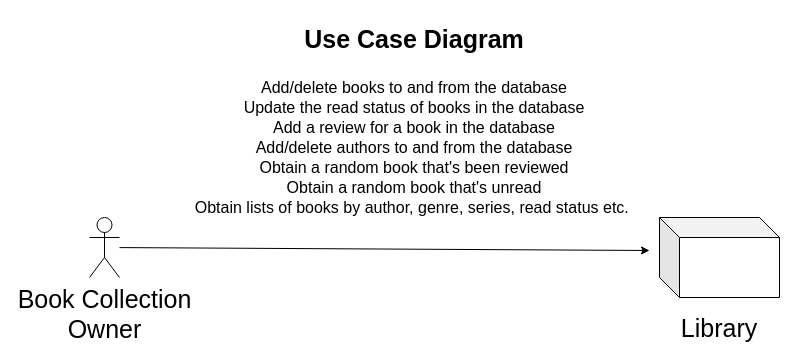
The draw.io diagram page "Page-2" (2 of 2) of planning/library_project.drawio in nikitaschultz/library_project, before the edit. Source tidied: cells renumbered, new cells numbered last; positions are measured from the earlier drawing's top-left corner, leaving out a move shared by most shapes. Both pictures are drawn from the tidied source at 100%, with x=0, y=0 at pixel (89, 17).
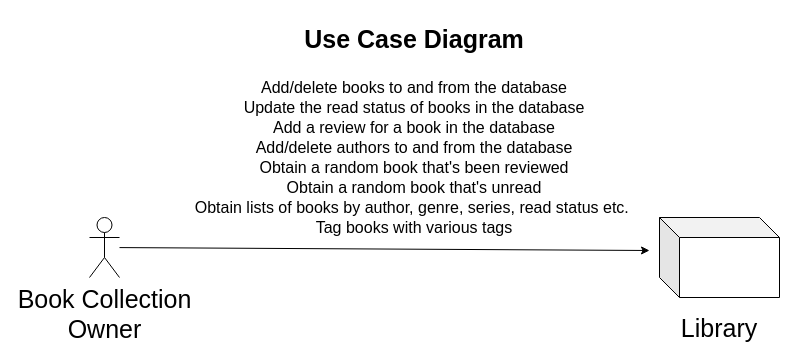
The same diagram, later.

The edit, as a diff of the source:
```diff
@@
 <mxGraphModel>
   <root>
     <mxCell id="0" />
     <mxCell id="1" parent="0" />
     <mxCell id="2" value="Use Case Diagram" style="text;align=center;fontStyle=1;verticalAlign=top;spacingLeft=3;spacingRight=3;strokeColor=none;fillColor=none;fontSize=25;" parent="1" vertex="1">
       <mxGeometry x="285" width="80" height="26" as="geometry" />
     </mxCell>
     <mxCell id="3" value="Book Collection&lt;br&gt;Owner" style="shape=umlActor;verticalLabelPosition=bottom;labelBackgroundColor=#ffffff;verticalAlign=top;html=1;fillColor=none;fontSize=25;" parent="1" vertex="1">
       <mxGeometry y="200" width="30" height="60" as="geometry" />
     </mxCell>
     <mxCell id="4" style="shape=cube;whiteSpace=wrap;html=1;boundedLbl=1;backgroundOutline=1;darkOpacity=0.05;darkOpacity2=0.1;fillColor=none;fontSize=25;" parent="1" vertex="1">
       <mxGeometry x="570" y="200" width="120" height="80" as="geometry" />
     </mxCell>
     <mxCell id="5" value="Library" style="text;html=1;strokeColor=none;fillColor=none;align=center;verticalAlign=middle;whiteSpace=wrap;rounded=0;fontSize=25;" parent="1" vertex="1">
       <mxGeometry x="610" y="300" width="40" height="20" as="geometry" />
     </mxCell>
     <mxCell id="6" value="Add/delete books to and from the database" style="text;html=1;strokeColor=none;fillColor=none;align=center;verticalAlign=middle;whiteSpace=wrap;rounded=0;fontSize=16;" parent="1" vertex="1">
       <mxGeometry x="160" y="60" width="330" height="20" as="geometry" />
     </mxCell>
     <mxCell id="7" style="endArrow=classic;html=1;fontSize=25;" parent="1" edge="1" source="3">
       <mxGeometry relative="1" as="geometry">
         <mxPoint x="560" y="233" as="targetPoint" />
       </mxGeometry>
     </mxCell>
     <mxCell id="8" value="Update the read status of books in the database" style="text;html=1;strokeColor=none;fillColor=none;align=center;verticalAlign=middle;whiteSpace=wrap;rounded=0;fontSize=16;" parent="1" vertex="1">
       <mxGeometry x="90" y="80" width="470" height="20" as="geometry" />
     </mxCell>
     <mxCell id="9" value="Add a review for a book in the database" style="text;html=1;strokeColor=none;fillColor=none;align=center;verticalAlign=middle;whiteSpace=wrap;rounded=0;fontSize=16;" parent="1" vertex="1">
       <mxGeometry x="90" y="100" width="470" height="20" as="geometry" />
     </mxCell>
     <mxCell id="10" value="Add/delete authors to and from the database" style="text;html=1;strokeColor=none;fillColor=none;align=center;verticalAlign=middle;whiteSpace=wrap;rounded=0;fontSize=16;" parent="1" vertex="1">
       <mxGeometry x="90" y="120" width="470" height="20" as="geometry" />
     </mxCell>
     <mxCell id="11" value="Obtain a random book that's been reviewed" style="text;html=1;strokeColor=none;fillColor=none;align=center;verticalAlign=middle;whiteSpace=wrap;rounded=0;fontSize=16;" parent="1" vertex="1">
       <mxGeometry x="90" y="140" width="470" height="20" as="geometry" />
     </mxCell>
     <mxCell id="12" value="Obtain a random book that's unread" style="text;html=1;strokeColor=none;fillColor=none;align=center;verticalAlign=middle;whiteSpace=wrap;rounded=0;fontSize=16;" parent="1" vertex="1">
       <mxGeometry x="90" y="160" width="470" height="20" as="geometry" />
     </mxCell>
     <mxCell id="13" value="Obtain lists of books by author, genre, series, read status etc.&amp;nbsp;" style="text;html=1;strokeColor=none;fillColor=none;align=center;verticalAlign=middle;whiteSpace=wrap;rounded=0;fontSize=16;" parent="1" vertex="1">
       <mxGeometry x="90" y="180" width="470" height="20" as="geometry" />
     </mxCell>
+    <mxCell id="14" value="Tag books with various tags" style="text;html=1;strokeColor=none;fillColor=none;align=center;verticalAlign=middle;whiteSpace=wrap;rounded=0;fontSize=16;" parent="1" vertex="1">
+      <mxGeometry x="90" y="200" width="470" height="20" as="geometry" />
+    </mxCell>
   </root>
 </mxGraphModel>
```
